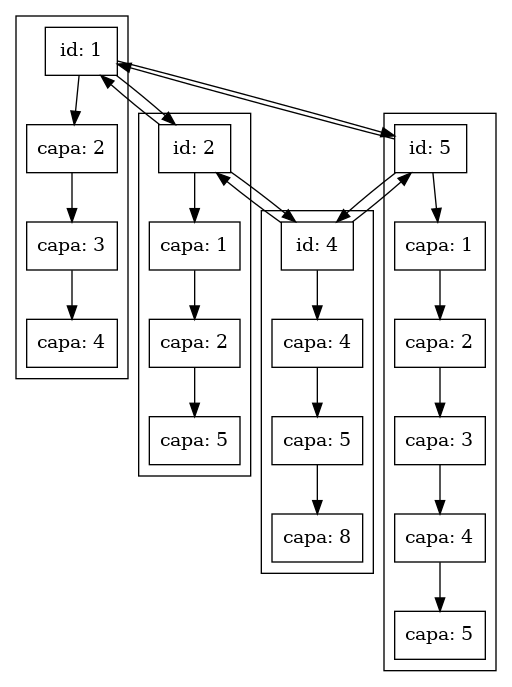
froi0409/GeneradorImagenes keeps this Graphviz diagram as GeneradorFiguras/ListaImagenes.png. Above is the earlier version. Its source is kept beside it as GeneradorFiguras/ListaImagenes.dot.
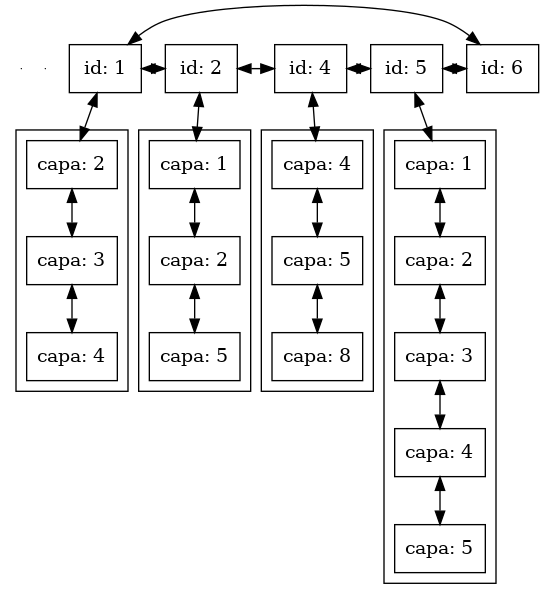
Later version of the same file.

Commit message:
Se ha arreglado bug de generación de grafica de lista de imagenes

Change to the diagram source:
```diff
@@ -1,5 +1,8 @@
 digraph listaDoble {
-node [shape = record]
+node [shape = box]
+edge [dir = both]
+e0[ shape = point, width = 0 ];
+e1[ shape = point, width = 0 ];
 subgraph cluster_1 {
 nodo1 [ label ="id: 1"];
 capa1o2 [ label ="capa: 2"];
@@ -30,12 +33,9 @@
 capa5o5 [ label ="capa: 5"];
 nodo5->capa5o1->capa5o2->capa5o3->capa5o4->capa5o5
 }
-nodo1->nodo2
-nodo1->nodo5
-nodo2->nodo4
-nodo2->nodo1
-nodo4->nodo5
-nodo4->nodo2
-nodo5->nodo1
-nodo5->nodo4
+subgraph cluster_5 {
+nodo6 [ label ="id: 6"];
+
 }
+rank = same { nodo1->nodo2->nodo4->nodo5->nodo6->nodo1 };
+}
```
